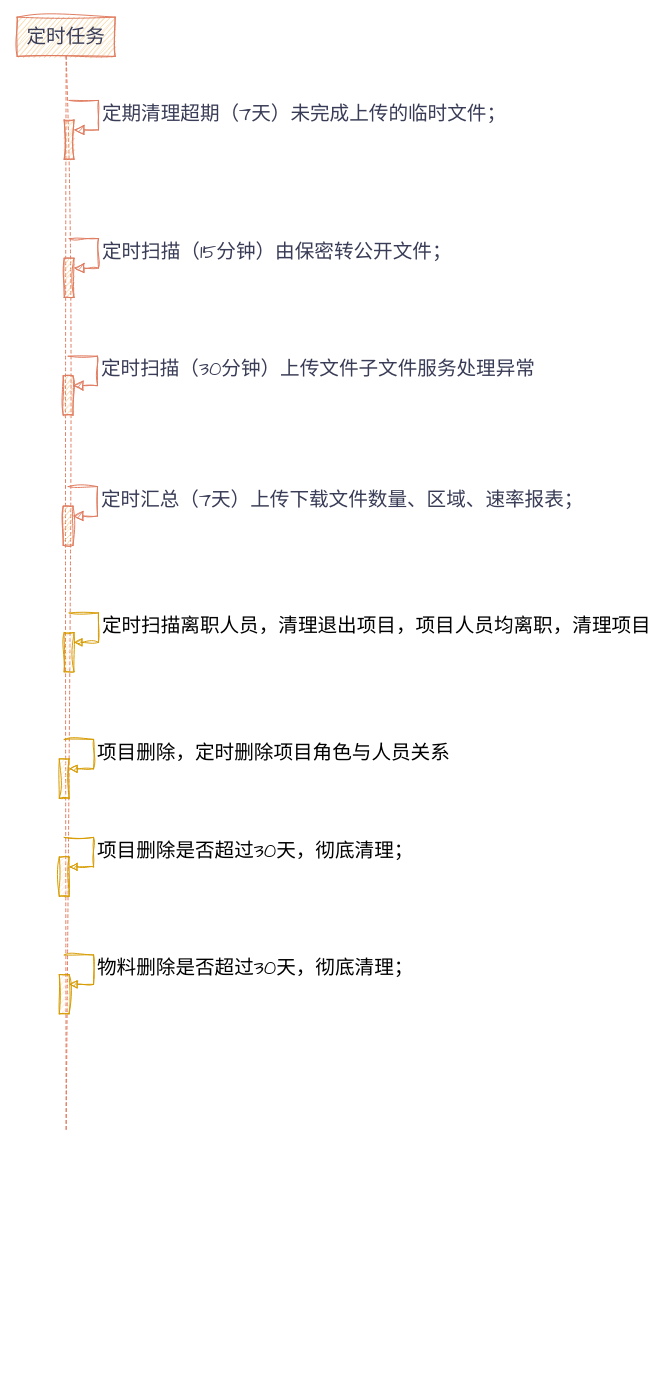
Earlier version of the draw.io diagram page "定时任务" (3 of 7) of 系统设计/250506_upload_download.drawio (Utihbi/pics). Source tidied: cells renumbered, new cells numbered last; positions are measured from the earlier drawing's top-left corner, leaving out a move shared by most shapes. Both pictures are drawn from the tidied source at 98%, with x=0, y=0 at pixel (17, 17).
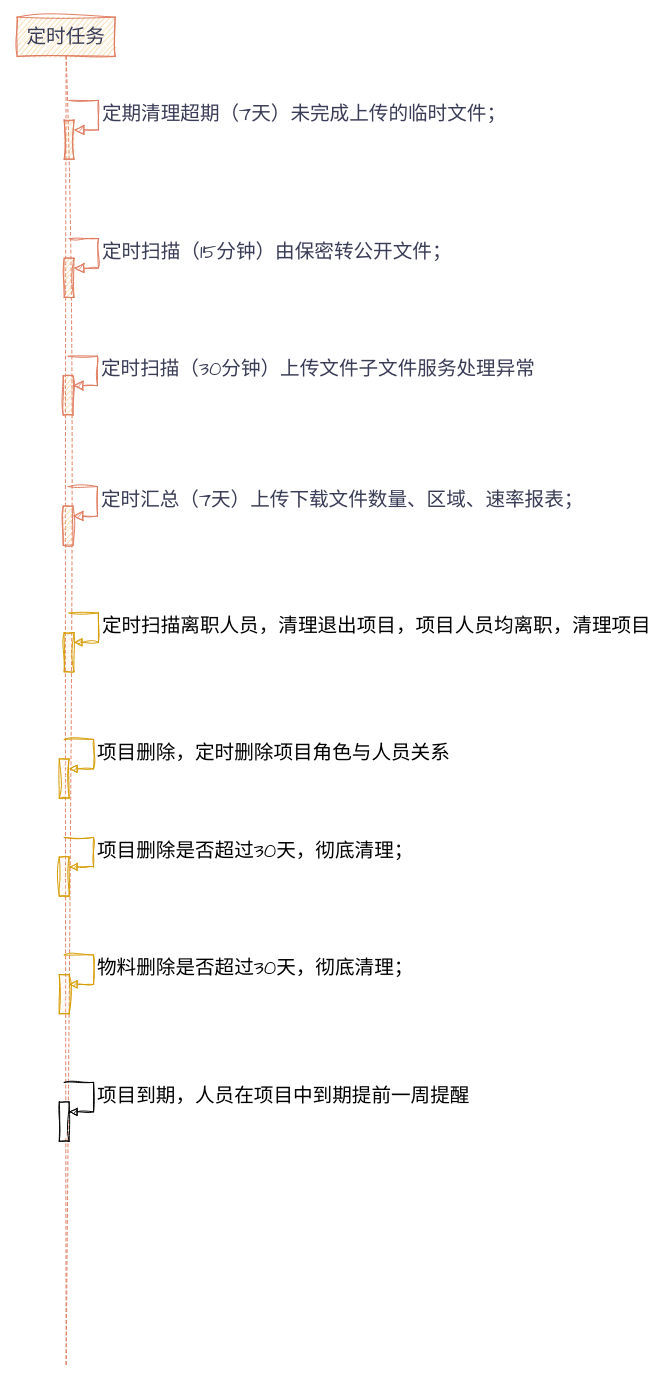
After the change.

What changed in the source:
```diff
@@
     <mxCell id="2" value="定时任务" style="shape=umlLifeline;perimeter=lifelinePerimeter;whiteSpace=wrap;html=1;newEdgeStyle={&quot;curved&quot;:0,&quot;rounded&quot;:0};sketch=1;hachureGap=4;jiggle=2;curveFitting=1;strokeColor=#E07A5F;fontFamily=Architects Daughter;fontColor=#393C56;fillColor=#F2CC8F;fontSize=20;" parent="1" vertex="1">
-      <mxGeometry width="100" height="1137" as="geometry" />
+      <mxGeometry width="100" height="1377" as="geometry" />
     </mxCell>
@@
+    <mxCell id="19" style="html=1;points=[[0,0,0,0,5],[0,1,0,0,-5],[1,0,0,0,5],[1,1,0,0,-5]];perimeter=orthogonalPerimeter;outlineConnect=0;targetShapes=umlLifeline;portConstraint=eastwest;newEdgeStyle={&quot;curved&quot;:0,&quot;rounded&quot;:0};sketch=1;hachureGap=4;jiggle=2;curveFitting=1;fontFamily=Architects Daughter;" parent="2" vertex="1">
+      <mxGeometry x="43" y="1107" width="10" height="40" as="geometry" />
+    </mxCell>
+    <mxCell id="20" value="&lt;font style=&quot;font-size: 20px;&quot;&gt;项目到期，人员在项目中到期提前一周提醒&lt;/font&gt;" style="html=1;align=left;spacingLeft=2;endArrow=block;rounded=0;edgeStyle=orthogonalEdgeStyle;curved=0;rounded=0;sketch=1;hachureGap=4;jiggle=2;curveFitting=1;fontFamily=Architects Daughter;" parent="2" edge="1" target="19">
+      <mxGeometry relative="1" as="geometry">
+        <mxPoint x="48" y="1087" as="sourcePoint" />
+        <Array as="points">
+          <mxPoint x="78" y="1117" />
+        </Array>
+      </mxGeometry>
+    </mxCell>
```
